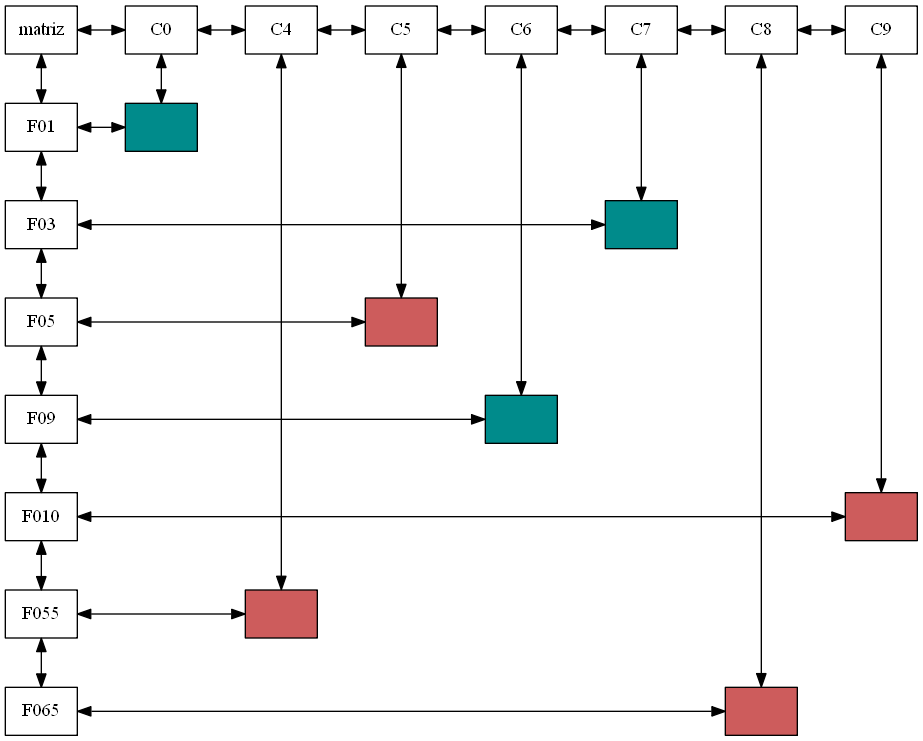
This is Reportes/Matriz.png from hr9457/EDD_1S2020_PY1_201314296, a Graphviz export, as it was before one commit. Its source is kept beside it as ArchivosDot/Matriz.dot.
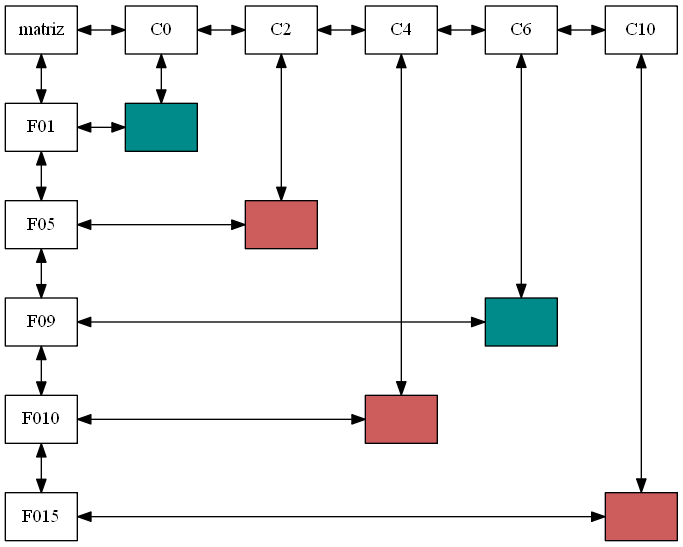
The same file after the commit.

Diff of the diagram source:
```diff
@@ -3,54 +3,42 @@
 node [shape=record];
 matriz[group = columna];
 C00[group =0,label="C0"];
-C40[group =1,label="C4"];
-C50[group =2,label="C5"];
+C20[group =1,label="C2"];
+C40[group =2,label="C4"];
 C60[group =3,label="C6"];
-C70[group =4,label="C7"];
-C80[group =5,label="C8"];
-C90[group =6,label="C9"];
-C00->C40->C50->C60->C70->C80->C90[dir=both];
-{rank = same; matriz;C00;C40;C50;C60;C70;C80;C90}
+C100[group =4,label="C10"];
+C00->C20->C40->C60->C100[dir=both];
+{rank = same; matriz;C00;C20;C40;C60;C100}
 matriz->C00[dir=both];
 
 F01[group = columna];
-F03[group = columna];
 F05[group = columna];
 F09[group = columna];
 F010[group = columna];
-F055[group = columna];
-F065[group = columna];
-F01->F03->F05->F09->F010->F055->F065[dir=both];
+F015[group = columna];
+F01->F05->F09->F010->F015[dir=both];
 matriz->F01[dir=both];
 
 F01->nodo010[dir=both];
 {rank = same; F01;nodo010;}
-F03->nodo730[dir=both];
-{rank = same; F03;nodo730;}
-F05->nodo550[dir=both];
-{rank = same; F05;nodo550;}
+F05->nodo250[dir=both];
+{rank = same; F05;nodo250;}
 F09->nodo690[dir=both];
 {rank = same; F09;nodo690;}
-F010->nodo9100[dir=both];
-{rank = same; F010;nodo9100;}
-F055->nodo4550[dir=both];
-{rank = same; F055;nodo4550;}
-F065->nodo8650[dir=both];
-{rank = same; F065;nodo8650;}
+F010->nodo4100[dir=both];
+{rank = same; F010;nodo4100;}
+F015->nodo10150[dir=both];
+{rank = same; F015;nodo10150;}
 
-nodo010[group =0,label="",style=filled,fillcolor="cyan4"];
+nodo010[group =0,label=" ",style=filled,fillcolor="cyan4"];
 C00->nodo010[dir=both];
-nodo4550[group =1,label="",style=filled,fillcolor="Indianred"];
-C40->nodo4550[dir=both];
-nodo550[group =2,label="",style=filled,fillcolor="Indianred"];
-C50->nodo550[dir=both];
-nodo690[group =3,label="",style=filled,fillcolor="cyan4"];
+nodo250[group =1,label=" ",style=filled,fillcolor="Indianred"];
+C20->nodo250[dir=both];
+nodo4100[group =2,label=" ",style=filled,fillcolor="Indianred"];
+C40->nodo4100[dir=both];
+nodo690[group =3,label=" ",style=filled,fillcolor="cyan4"];
 C60->nodo690[dir=both];
-nodo730[group =4,label="",style=filled,fillcolor="cyan4"];
-C70->nodo730[dir=both];
-nodo8650[group =5,label="",style=filled,fillcolor="Indianred"];
-C80->nodo8650[dir=both];
-nodo9100[group =6,label="",style=filled,fillcolor="Indianred"];
-C90->nodo9100[dir=both];
+nodo10150[group =4,label=" ",style=filled,fillcolor="Indianred"];
+C100->nodo10150[dir=both];
 
 }
```
